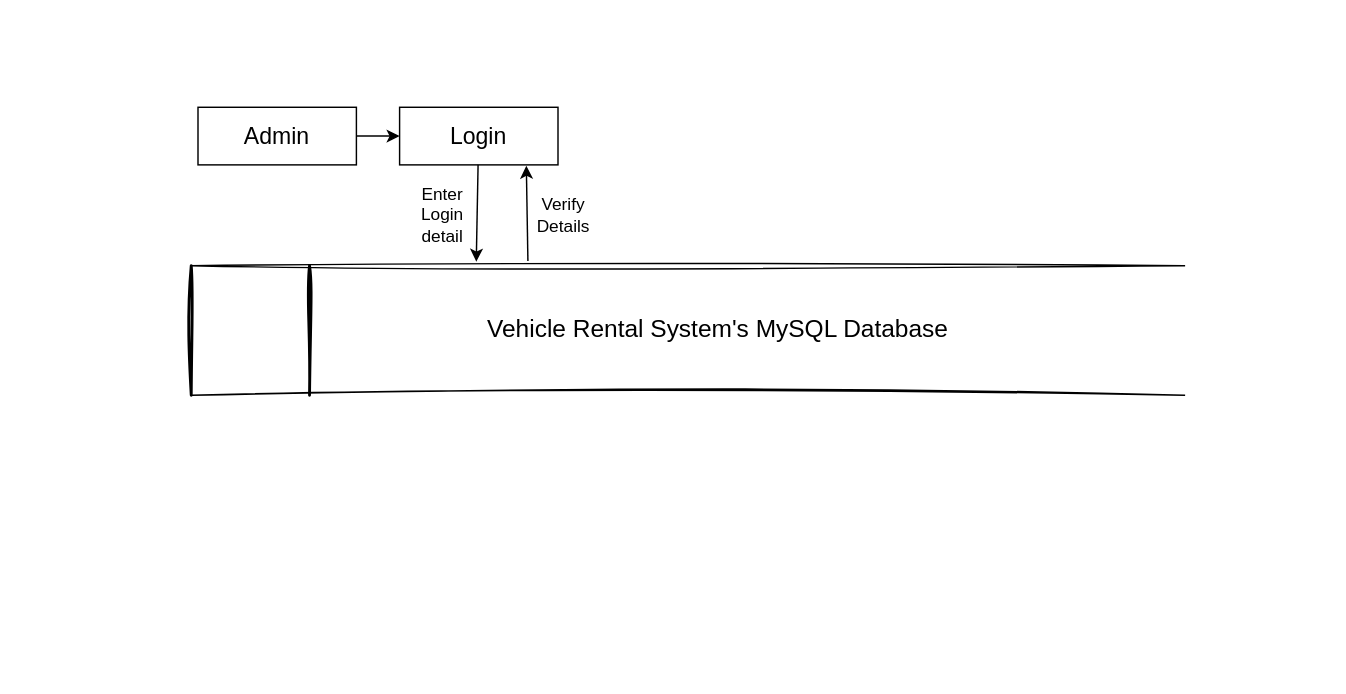
aashu-kattel/Sys.-Analysis-Design keeps this draw.io diagram as physical_dfd.drawio. Above is the earlier version. Source tidied: cells renumbered, new cells numbered last; positions are measured from the earlier drawing's top-left corner, leaving out a move shared by most shapes. Both pictures are drawn from the tidied source at 144%, with x=0, y=0 at pixel (161, 107).
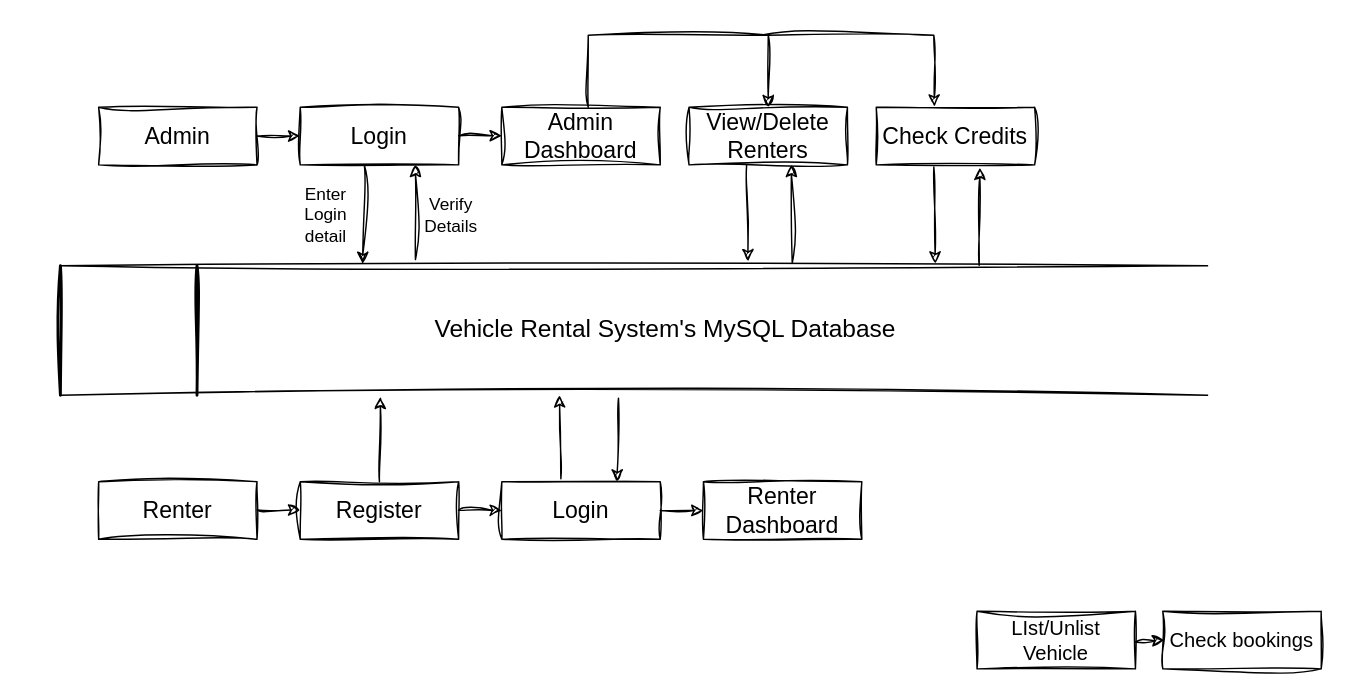
The same page after the edit.

What changed in the source:
```diff
@@
-    <mxCell id="2" style="group;" parent="1" vertex="1">
-      <mxGeometry y="110" width="710" height="90" as="geometry" />
+    <mxCell id="2" style="group;sketch=1;curveFitting=1;jiggle=2;" parent="1" vertex="1">
+      <mxGeometry x="-94" y="110" width="820" height="90" as="geometry" />
     </mxCell>
     <mxCell id="3" value="&lt;font style=&quot;font-size: 17px;&quot;&gt;&amp;nbsp; &amp;nbsp; &amp;nbsp; &amp;nbsp; &amp;nbsp;Vehicle Rental System's MySQL Database&lt;/font&gt;" style="shape=partialRectangle;whiteSpace=wrap;html=1;left=0;right=0;fillColor=none;sketch=1;curveFitting=1;jiggle=2;" parent="2" vertex="1">
-      <mxGeometry x="20.3" width="689.7" height="90" as="geometry" />
+      <mxGeometry x="23.5" width="796.5" height="90" as="geometry" />
     </mxCell>
     <mxCell id="4" style="line;strokeWidth=2;direction=south;html=1;sketch=1;curveFitting=1;jiggle=2;" parent="2" vertex="1">
-      <mxGeometry width="40.6" height="90" as="geometry" />
+      <mxGeometry width="46.9" height="90" as="geometry" />
     </mxCell>
     <mxCell id="5" style="line;strokeWidth=2;direction=south;html=1;sketch=1;curveFitting=1;jiggle=2;" parent="2" vertex="1">
-      <mxGeometry x="95.6" width="13.7" height="90" as="geometry" />
+      <mxGeometry x="110.4" width="15.8" height="90" as="geometry" />
     </mxCell>
-    <mxCell id="6" value="&lt;font style=&quot;font-size: 16px;&quot;&gt;Admin&lt;/font&gt;" style="rounded=0;whiteSpace=wrap;html=1;" parent="1" vertex="1">
-      <mxGeometry x="25" width="110" height="40" as="geometry" />
+    <mxCell id="6" value="&lt;font style=&quot;font-size: 16px;&quot;&gt;Admin&lt;/font&gt;" style="rounded=0;whiteSpace=wrap;html=1;sketch=1;curveFitting=1;jiggle=2;" parent="1" vertex="1">
+      <mxGeometry x="-44" width="110" height="40" as="geometry" />
     </mxCell>
-    <mxCell id="7" value="&lt;font style=&quot;font-size: 16px;&quot;&gt;Login&lt;/font&gt;" style="rounded=0;whiteSpace=wrap;html=1;" parent="1" vertex="1">
-      <mxGeometry x="165" width="110" height="40" as="geometry" />
+    <mxCell id="7" value="&lt;font style=&quot;font-size: 16px;&quot;&gt;Login&lt;/font&gt;" style="rounded=0;whiteSpace=wrap;html=1;sketch=1;curveFitting=1;jiggle=2;" parent="1" vertex="1">
+      <mxGeometry x="96" width="110" height="40" as="geometry" />
     </mxCell>
-    <mxCell id="8" style="endArrow=classic;html=1;rounded=0;exitX=1;exitY=0.5;exitDx=0;exitDy=0;" parent="1" edge="1" source="6">
+    <mxCell id="8" style="endArrow=classic;html=1;rounded=0;exitX=1;exitY=0.5;exitDx=0;exitDy=0;sketch=1;curveFitting=1;jiggle=2;" parent="1" edge="1" source="6">
       <mxGeometry relative="1" as="geometry">
-        <mxPoint x="165" y="20" as="targetPoint" />
+        <mxPoint x="96" y="20" as="targetPoint" />
       </mxGeometry>
     </mxCell>
-    <mxCell id="9" style="endArrow=classic;html=1;rounded=0;exitX=0.339;exitY=-0.036;exitDx=0;exitDy=0;exitPerimeter=0;entryX=0.8;entryY=1.016;entryDx=0;entryDy=0;entryPerimeter=0;" parent="1" edge="1" source="3" target="7">
-      <mxGeometry relative="1" as="geometry" />
+    <mxCell id="9" style="endArrow=classic;html=1;rounded=0;exitX=0.322;exitY=-0.048;exitDx=0;exitDy=0;exitPerimeter=0;entryX=0.818;entryY=1;entryDx=0;entryDy=0;entryPerimeter=0;sketch=1;curveFitting=1;jiggle=2;" parent="1" edge="1">
+      <mxGeometry relative="1" as="geometry">
+        <mxPoint x="176" y="105.7" as="sourcePoint" />
+        <mxPoint x="176" y="40" as="targetPoint" />
+      </mxGeometry>
     </mxCell>
-    <mxCell id="10" style="endArrow=classic;html=1;rounded=0;exitX=0.339;exitY=-0.036;exitDx=0;exitDy=0;exitPerimeter=0;entryX=0.287;entryY=-0.031;entryDx=0;entryDy=0;entryPerimeter=0;" parent="1" edge="1" target="3">
+    <mxCell id="10" style="endArrow=classic;html=1;rounded=0;exitX=0.339;exitY=-0.036;exitDx=0;exitDy=0;exitPerimeter=0;entryX=0.276;entryY=-0.013;entryDx=0;entryDy=0;entryPerimeter=0;sketch=1;curveFitting=1;jiggle=2;" parent="1" edge="1">
       <mxGeometry relative="1" as="geometry">
-        <mxPoint x="219.5" y="40" as="sourcePoint" />
+        <mxPoint x="140.5" y="40" as="sourcePoint" />
+        <mxPoint x="139.3" y="108.8" as="targetPoint" />
       </mxGeometry>
     </mxCell>
-    <mxCell id="11" value="Enter Login detail" style="text;html=1;strokeColor=none;fillColor=none;align=center;verticalAlign=middle;whiteSpace=wrap;rounded=0;" parent="1" vertex="1">
-      <mxGeometry x="165" y="60" width="60" height="30" as="geometry" />
+    <mxCell id="11" value="Enter Login detail" style="text;html=1;strokeColor=none;fillColor=none;align=center;verticalAlign=middle;whiteSpace=wrap;rounded=0;sketch=1;curveFitting=1;jiggle=2;" parent="1" vertex="1">
+      <mxGeometry x="84" y="60" width="60" height="30" as="geometry" />
     </mxCell>
-    <mxCell id="12" value="Verify Details" style="text;html=1;strokeColor=none;fillColor=none;align=center;verticalAlign=middle;whiteSpace=wrap;rounded=0;" parent="1" vertex="1">
-      <mxGeometry x="249" y="60" width="60" height="30" as="geometry" />
+    <mxCell id="12" value="Verify Details" style="text;html=1;strokeColor=none;fillColor=none;align=center;verticalAlign=middle;whiteSpace=wrap;rounded=0;sketch=1;curveFitting=1;jiggle=2;" parent="1" vertex="1">
+      <mxGeometry x="171" y="60" width="60" height="30" as="geometry" />
     </mxCell>
+    <mxCell id="13" value="&lt;font style=&quot;font-size: 16px;&quot;&gt;Admin Dashboard&lt;/font&gt;" style="rounded=0;whiteSpace=wrap;html=1;sketch=1;curveFitting=1;jiggle=2;" parent="1" vertex="1">
+      <mxGeometry x="236" width="110" height="40" as="geometry" />
+    </mxCell>
+    <mxCell id="14" style="endArrow=classic;html=1;rounded=0;exitX=1;exitY=0.5;exitDx=0;exitDy=0;sketch=1;curveFitting=1;jiggle=2;" parent="1" edge="1">
+      <mxGeometry relative="1" as="geometry">
+        <mxPoint x="206" y="19.8" as="sourcePoint" />
+        <mxPoint x="236" y="19.8" as="targetPoint" />
+      </mxGeometry>
+    </mxCell>
+    <mxCell id="15" value="&lt;font style=&quot;font-size: 16px;&quot;&gt;View/Delete Renters&lt;/font&gt;" style="rounded=0;whiteSpace=wrap;html=1;sketch=1;curveFitting=1;jiggle=2;" parent="1" vertex="1">
+      <mxGeometry x="366" width="110" height="40" as="geometry" />
+    </mxCell>
+    <mxCell id="16" style="endArrow=classic;html=1;rounded=0;sketch=1;curveFitting=1;jiggle=2;" parent="1" edge="1" target="15">
+      <mxGeometry relative="1" as="geometry">
+        <mxPoint x="296" as="sourcePoint" />
+        <Array as="points">
+          <mxPoint x="296" y="-50" />
+          <mxPoint x="421" y="-50" />
+        </Array>
+      </mxGeometry>
+    </mxCell>
+    <mxCell id="17" value="&lt;font style=&quot;font-size: 16px;&quot;&gt;Check Credits&lt;/font&gt;" style="rounded=0;whiteSpace=wrap;html=1;sketch=1;curveFitting=1;jiggle=2;" parent="1" vertex="1">
+      <mxGeometry x="496" width="110" height="40" as="geometry" />
+    </mxCell>
+    <mxCell id="18" style="endArrow=classic;html=1;rounded=0;entryX=0.367;entryY=-0.01;entryDx=0;entryDy=0;entryPerimeter=0;sketch=1;curveFitting=1;jiggle=2;" parent="1" edge="1" target="17">
+      <mxGeometry relative="1" as="geometry">
+        <mxPoint x="416" y="-50" as="sourcePoint" />
+        <Array as="points">
+          <mxPoint x="536" y="-50" />
+        </Array>
+      </mxGeometry>
+    </mxCell>
+    <mxCell id="19" style="endArrow=classic;html=1;rounded=0;exitX=0.339;exitY=-0.036;exitDx=0;exitDy=0;exitPerimeter=0;entryX=0.818;entryY=1;entryDx=0;entryDy=0;entryPerimeter=0;sketch=1;curveFitting=1;jiggle=2;" parent="1" edge="1">
+      <mxGeometry relative="1" as="geometry">
+        <mxPoint x="406" y="40" as="sourcePoint" />
+        <mxPoint x="407" y="107" as="targetPoint" />
+      </mxGeometry>
+    </mxCell>
+    <mxCell id="20" style="endArrow=classic;html=1;rounded=0;exitX=0.638;exitY=-0.019;exitDx=0;exitDy=0;exitPerimeter=0;entryX=0.818;entryY=1;entryDx=0;entryDy=0;entryPerimeter=0;sketch=1;curveFitting=1;jiggle=2;" parent="1" edge="1" source="3">
+      <mxGeometry relative="1" as="geometry">
+        <mxPoint x="437" y="40" as="targetPoint" />
+      </mxGeometry>
+    </mxCell>
+    <mxCell id="21" style="endArrow=classic;html=1;rounded=0;exitX=0.339;exitY=-0.036;exitDx=0;exitDy=0;exitPerimeter=0;entryX=0.818;entryY=1;entryDx=0;entryDy=0;entryPerimeter=0;sketch=1;curveFitting=1;jiggle=2;" parent="1" edge="1">
+      <mxGeometry relative="1" as="geometry">
+        <mxPoint x="536" y="41.5" as="sourcePoint" />
+        <mxPoint x="537" y="108.5" as="targetPoint" />
+      </mxGeometry>
+    </mxCell>
+    <mxCell id="22" style="endArrow=classic;html=1;rounded=0;exitX=0.801;exitY=-0.003;exitDx=0;exitDy=0;exitPerimeter=0;entryX=0.818;entryY=1;entryDx=0;entryDy=0;entryPerimeter=0;sketch=1;curveFitting=1;jiggle=2;" parent="1" edge="1" source="3">
+      <mxGeometry relative="1" as="geometry">
+        <mxPoint x="568" y="42" as="targetPoint" />
+      </mxGeometry>
+    </mxCell>
+    <mxCell id="23" value="&lt;font style=&quot;font-size: 16px;&quot;&gt;Renter&lt;/font&gt;" style="rounded=0;whiteSpace=wrap;html=1;sketch=1;curveFitting=1;jiggle=2;" parent="1" vertex="1">
+      <mxGeometry x="-44" y="260" width="110" height="40" as="geometry" />
+    </mxCell>
+    <mxCell id="24" value="&lt;font style=&quot;font-size: 16px;&quot;&gt;Register&lt;/font&gt;" style="rounded=0;whiteSpace=wrap;html=1;sketch=1;curveFitting=1;jiggle=2;" parent="1" vertex="1">
+      <mxGeometry x="96" y="260" width="110" height="40" as="geometry" />
+    </mxCell>
+    <mxCell id="25" style="endArrow=classic;html=1;rounded=0;exitX=1;exitY=0.5;exitDx=0;exitDy=0;sketch=1;curveFitting=1;jiggle=2;" parent="1" edge="1">
+      <mxGeometry relative="1" as="geometry">
+        <mxPoint x="66" y="279.7" as="sourcePoint" />
+        <mxPoint x="96" y="279.7" as="targetPoint" />
+      </mxGeometry>
+    </mxCell>
+    <mxCell id="26" style="endArrow=classic;html=1;rounded=0;exitX=0.5;exitY=0;exitDx=0;exitDy=0;sketch=1;curveFitting=1;jiggle=2;entryX=0.279;entryY=1.012;entryDx=0;entryDy=0;entryPerimeter=0;" parent="1" edge="1" source="24" target="3">
+      <mxGeometry relative="1" as="geometry" />
+    </mxCell>
+    <mxCell id="27" value="&lt;font style=&quot;font-size: 16px;&quot;&gt;Login&lt;/font&gt;" style="rounded=0;whiteSpace=wrap;html=1;sketch=1;curveFitting=1;jiggle=2;" parent="1" vertex="1">
+      <mxGeometry x="236" y="260" width="110" height="40" as="geometry" />
+    </mxCell>
+    <mxCell id="28" style="endArrow=classic;html=1;rounded=0;exitX=0.5;exitY=0;exitDx=0;exitDy=0;sketch=1;curveFitting=1;jiggle=2;entryX=0.288;entryY=1.019;entryDx=0;entryDy=0;entryPerimeter=0;" parent="1" edge="1">
+      <mxGeometry relative="1" as="geometry">
+        <mxPoint x="277" y="258" as="sourcePoint" />
+        <mxPoint x="276" y="200" as="targetPoint" />
+      </mxGeometry>
+    </mxCell>
+    <mxCell id="29" style="endArrow=classic;html=1;rounded=0;exitX=0.5;exitY=0;exitDx=0;exitDy=0;sketch=1;curveFitting=1;jiggle=2;entryX=0.288;entryY=1.019;entryDx=0;entryDy=0;entryPerimeter=0;" parent="1" edge="1">
+      <mxGeometry relative="1" as="geometry">
+        <mxPoint x="317" y="202" as="sourcePoint" />
+        <mxPoint x="316" y="260" as="targetPoint" />
+      </mxGeometry>
+    </mxCell>
+    <mxCell id="30" style="endArrow=classic;html=1;rounded=0;exitX=1;exitY=0.5;exitDx=0;exitDy=0;sketch=1;curveFitting=1;jiggle=2;" parent="1" edge="1">
+      <mxGeometry relative="1" as="geometry">
+        <mxPoint x="206" y="279.9" as="sourcePoint" />
+        <mxPoint x="236" y="280" as="targetPoint" />
+      </mxGeometry>
+    </mxCell>
+    <mxCell id="31" value="&lt;font style=&quot;font-size: 14px;&quot;&gt;LIst/Unlist&lt;br&gt;Vehicle&lt;/font&gt;" style="rounded=0;whiteSpace=wrap;html=1;sketch=1;curveFitting=1;jiggle=2;" parent="1" vertex="1">
+      <mxGeometry x="566" y="350" width="110" height="40" as="geometry" />
+    </mxCell>
+    <mxCell id="32" style="endArrow=classic;html=1;rounded=0;sketch=1;curveFitting=1;jiggle=2;" parent="1" edge="1">
+      <mxGeometry relative="1" as="geometry">
+        <mxPoint x="346" y="280" as="sourcePoint" />
+        <mxPoint x="376" y="280" as="targetPoint" />
+      </mxGeometry>
+    </mxCell>
+    <mxCell id="33" value="&lt;span style=&quot;font-size: 14px;&quot;&gt;Check bookings&lt;/span&gt;" style="rounded=0;whiteSpace=wrap;html=1;sketch=1;curveFitting=1;jiggle=2;" parent="1" vertex="1">
+      <mxGeometry x="695" y="350" width="110" height="40" as="geometry" />
+    </mxCell>
+    <mxCell id="34" style="endArrow=classic;html=1;rounded=0;sketch=1;curveFitting=1;jiggle=2;exitX=1;exitY=0.75;exitDx=0;exitDy=0;" parent="1" edge="1">
+      <mxGeometry relative="1" as="geometry">
+        <mxPoint x="676" y="371.3" as="sourcePoint" />
+        <mxPoint x="696" y="370" as="targetPoint" />
+      </mxGeometry>
+    </mxCell>
+    <mxCell id="35" value="&lt;font style=&quot;font-size: 16px;&quot;&gt;Renter Dashboard&lt;/font&gt;" style="rounded=0;whiteSpace=wrap;html=1;sketch=1;curveFitting=1;jiggle=2;" parent="1" vertex="1">
+      <mxGeometry x="376" y="260" width="110" height="40" as="geometry" />
+    </mxCell>
```
